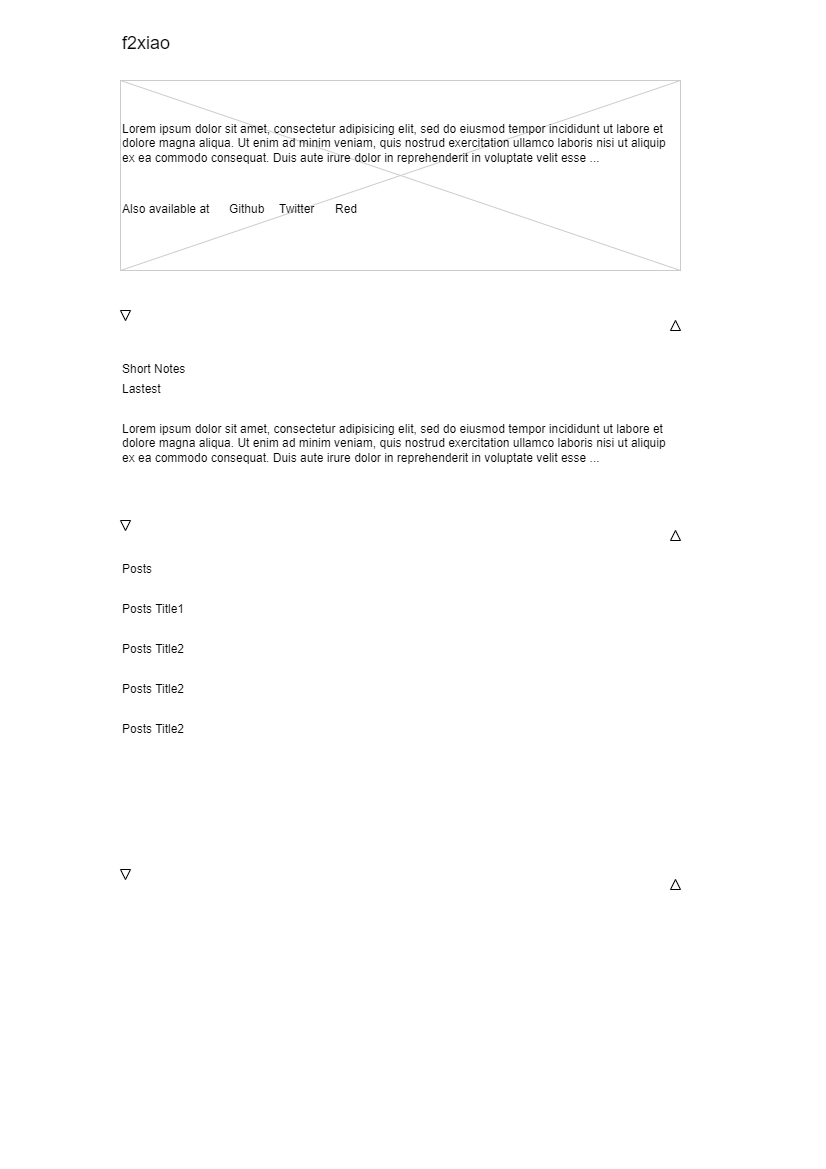
Before: Wireframe no1.png, a diagram exported from draw.io (f2xiao/site). Source tidied: cells renumbered, new cells last; positions are measured from the earlier drawing's top-left corner, leaving out a move shared by most shapes.
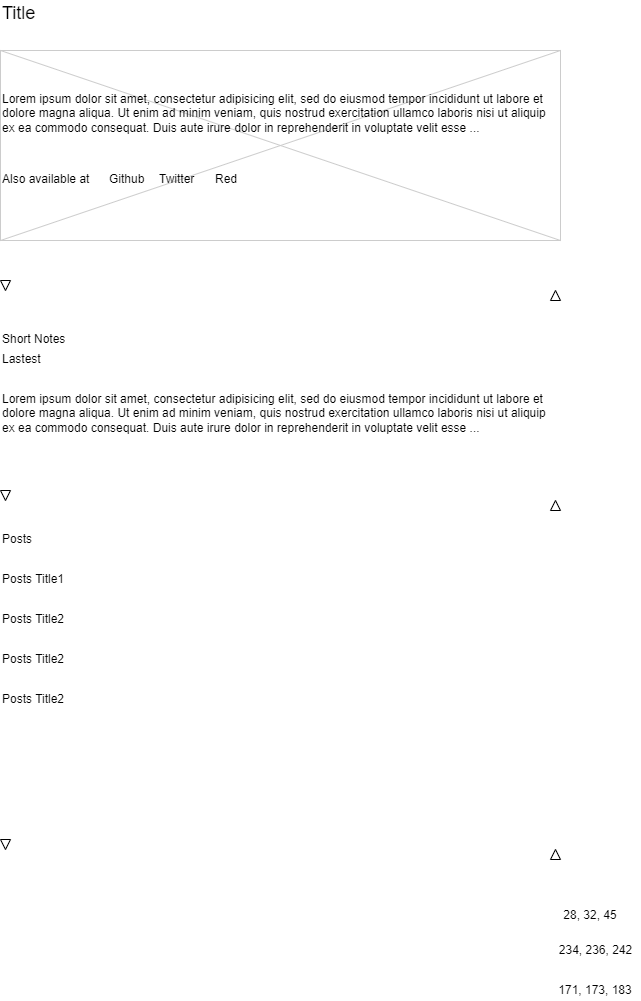
After the change.

Diff of the diagram source:
```diff
@@ -5,7 +5,7 @@
     <mxCell id="2" style="verticalLabelPosition=bottom;verticalAlign=top;strokeWidth=1;shape=mxgraph.mockup.graphics.iconGrid;strokeColor=#CCCCCC;gridSize=1,1;" parent="1" vertex="1">
       <mxGeometry y="50" width="560" height="190" as="geometry" />
     </mxCell>
-    <mxCell id="3" value="f2xiao" style="text;spacingTop=-5;fontSize=18;fontStyle=0;" parent="1" vertex="1">
+    <mxCell id="3" value="Title" style="text;spacingTop=-5;fontSize=18;fontStyle=0;" parent="1" vertex="1">
       <mxGeometry width="230" height="20" as="geometry" />
     </mxCell>
     <mxCell id="4" value="Also available at" style="text;spacingTop=-5;" parent="1" vertex="1">
@@ -65,5 +65,14 @@
     <mxCell id="22" value="Posts Title2" style="text;spacingTop=-5;" parent="1" vertex="1">
       <mxGeometry y="690" width="30" height="20" as="geometry" />
     </mxCell>
+    <mxCell id="23" value="234, 236, 242" style="text;html=1;align=center;verticalAlign=middle;strokeColor=none;fillColor=none;" parent="1" vertex="1">
+      <mxGeometry x="550" y="940" width="90" height="20" as="geometry" />
+    </mxCell>
+    <mxCell id="24" value="28, 32, 45" style="text;html=1;strokeColor=none;fillColor=none;align=center;verticalAlign=middle;whiteSpace=wrap;rounded=0;" parent="1" vertex="1">
+      <mxGeometry x="560" y="900" width="60" height="30" as="geometry" />
+    </mxCell>
+    <mxCell id="25" value="171, 173, 183" style="text;html=1;strokeColor=none;fillColor=none;align=center;verticalAlign=middle;whiteSpace=wrap;rounded=0;" parent="1" vertex="1">
+      <mxGeometry x="555" y="980" width="80" height="20" as="geometry" />
+    </mxCell>
   </root>
 </mxGraphModel>
```
